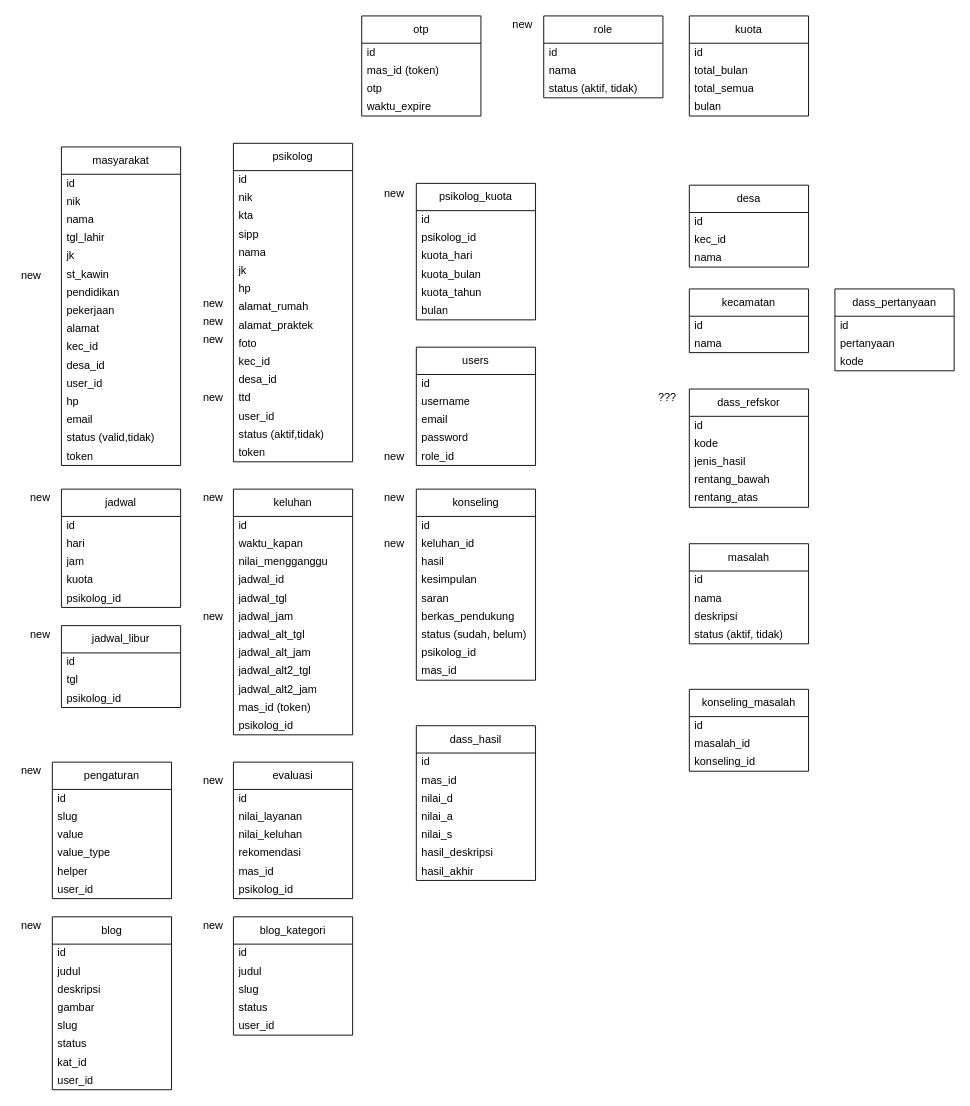
Above: env_designs/erd_whookom.drawio in zeneight/drawio (draw.io), before the change. Source tidied: cells renumbered, new cells numbered last; positions are measured from the earlier drawing's top-left corner, leaving out a move shared by most shapes. Both pictures are drawn from the tidied source at 91%, with x=0, y=0 at pixel (15, 15).
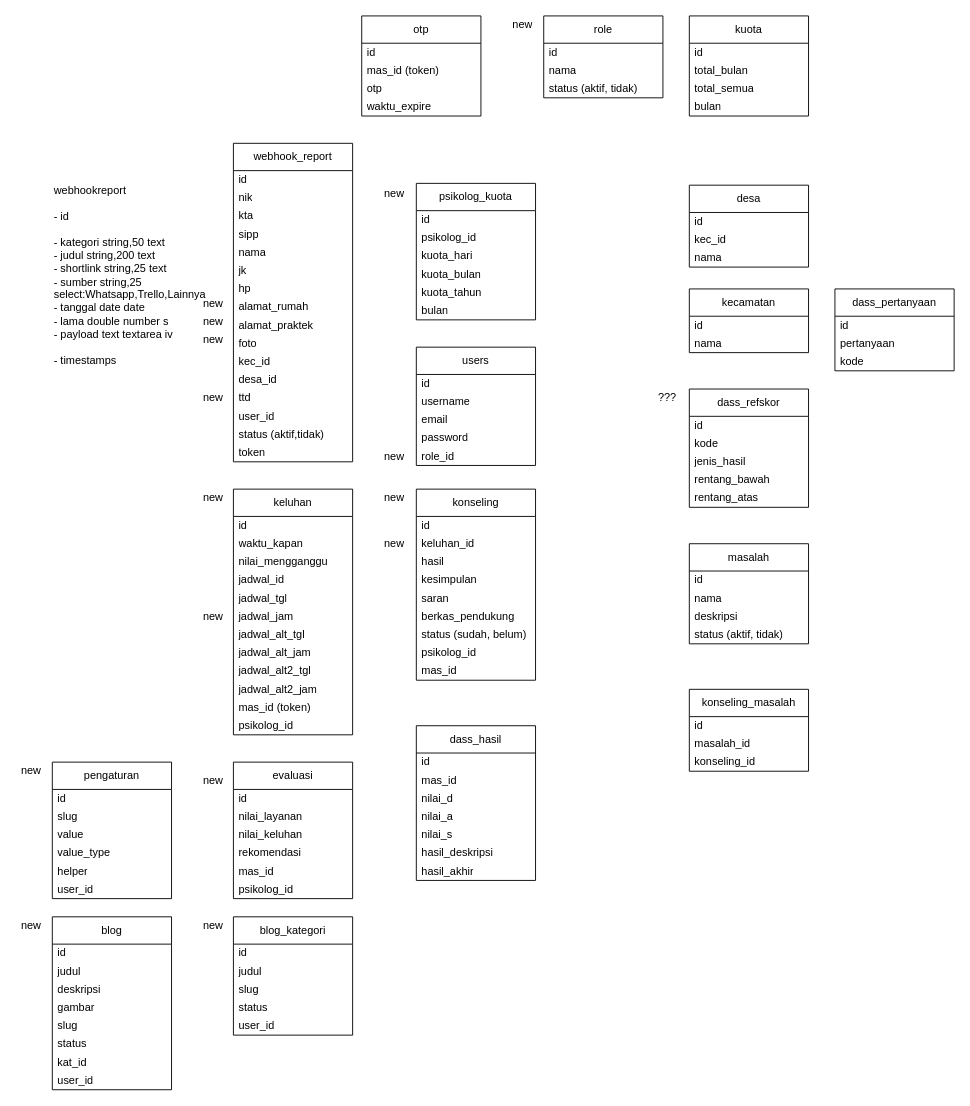
The same page after the edit.

The edit, as a diff of the source:
```diff
@@
-    <mxCell id="2" value="masyarakat" style="swimlane;fontStyle=0;horizontal=1;startSize=30;whiteSpace=wrap;html=1;" parent="1" vertex="1">
-      <mxGeometry x="50" y="144" width="131" height="350" as="geometry" />
-    </mxCell>
-    <mxCell id="3" value="id" style="text;strokeColor=none;fillColor=none;align=left;verticalAlign=middle;spacingLeft=4;spacingRight=4;overflow=hidden;whiteSpace=wrap;html=1;" parent="2" vertex="1">
-      <mxGeometry y="30" width="131" height="20" as="geometry" />
-    </mxCell>
-    <mxCell id="4" value="nik" style="text;strokeColor=none;fillColor=none;align=left;verticalAlign=middle;spacingLeft=4;spacingRight=4;overflow=hidden;whiteSpace=wrap;html=1;" parent="2" vertex="1">
-      <mxGeometry y="50" width="131" height="20" as="geometry" />
-    </mxCell>
-    <mxCell id="5" value="nama" style="text;strokeColor=none;fillColor=none;align=left;verticalAlign=middle;spacingLeft=4;spacingRight=4;overflow=hidden;whiteSpace=wrap;html=1;" parent="2" vertex="1">
-      <mxGeometry y="70" width="131" height="20" as="geometry" />
-    </mxCell>
-    <mxCell id="6" value="tgl_lahir" style="text;strokeColor=none;fillColor=none;align=left;verticalAlign=middle;spacingLeft=4;spacingRight=4;overflow=hidden;whiteSpace=wrap;html=1;" parent="2" vertex="1">
-      <mxGeometry y="90" width="131" height="20" as="geometry" />
-    </mxCell>
-    <mxCell id="7" value="jk" style="text;strokeColor=none;fillColor=none;align=left;verticalAlign=middle;spacingLeft=4;spacingRight=4;overflow=hidden;whiteSpace=wrap;html=1;" parent="2" vertex="1">
-      <mxGeometry y="110" width="131" height="20" as="geometry" />
-    </mxCell>
-    <mxCell id="8" value="st_kawin" style="text;strokeColor=none;fillColor=none;align=left;verticalAlign=middle;spacingLeft=4;spacingRight=4;overflow=hidden;whiteSpace=wrap;html=1;" parent="2" vertex="1">
-      <mxGeometry y="130" width="131" height="20" as="geometry" />
-    </mxCell>
-    <mxCell id="9" value="pendidikan" style="text;strokeColor=none;fillColor=none;align=left;verticalAlign=middle;spacingLeft=4;spacingRight=4;overflow=hidden;whiteSpace=wrap;html=1;" parent="2" vertex="1">
-      <mxGeometry y="150" width="131" height="20" as="geometry" />
-    </mxCell>
-    <mxCell id="10" value="pekerjaan" style="text;strokeColor=none;fillColor=none;align=left;verticalAlign=middle;spacingLeft=4;spacingRight=4;overflow=hidden;whiteSpace=wrap;html=1;" parent="2" vertex="1">
-      <mxGeometry y="170" width="131" height="20" as="geometry" />
-    </mxCell>
-    <mxCell id="11" value="alamat" style="text;strokeColor=none;fillColor=none;align=left;verticalAlign=middle;spacingLeft=4;spacingRight=4;overflow=hidden;whiteSpace=wrap;html=1;" parent="2" vertex="1">
-      <mxGeometry y="190" width="131" height="20" as="geometry" />
-    </mxCell>
-    <mxCell id="12" value="kec_id" style="text;strokeColor=none;fillColor=none;align=left;verticalAlign=middle;spacingLeft=4;spacingRight=4;overflow=hidden;whiteSpace=wrap;html=1;" parent="2" vertex="1">
-      <mxGeometry y="210" width="131" height="20" as="geometry" />
-    </mxCell>
-    <mxCell id="13" value="desa_id" style="text;strokeColor=none;fillColor=none;align=left;verticalAlign=middle;spacingLeft=4;spacingRight=4;overflow=hidden;whiteSpace=wrap;html=1;" parent="2" vertex="1">
-      <mxGeometry y="230" width="131" height="20" as="geometry" />
-    </mxCell>
-    <mxCell id="14" value="user_id" style="text;strokeColor=none;fillColor=none;align=left;verticalAlign=middle;spacingLeft=4;spacingRight=4;overflow=hidden;whiteSpace=wrap;html=1;" parent="2" vertex="1">
-      <mxGeometry y="250" width="131" height="20" as="geometry" />
-    </mxCell>
-    <mxCell id="15" value="hp" style="text;strokeColor=none;fillColor=none;align=left;verticalAlign=middle;spacingLeft=4;spacingRight=4;overflow=hidden;whiteSpace=wrap;html=1;" parent="2" vertex="1">
-      <mxGeometry y="270" width="131" height="20" as="geometry" />
-    </mxCell>
-    <mxCell id="16" value="email" style="text;strokeColor=none;fillColor=none;align=left;verticalAlign=middle;spacingLeft=4;spacingRight=4;overflow=hidden;whiteSpace=wrap;html=1;" parent="2" vertex="1">
-      <mxGeometry y="290" width="131" height="20" as="geometry" />
-    </mxCell>
-    <mxCell id="17" value="status (valid,tidak)" style="text;strokeColor=none;fillColor=none;align=left;verticalAlign=middle;spacingLeft=4;spacingRight=4;overflow=hidden;whiteSpace=wrap;html=1;" parent="2" vertex="1">
-      <mxGeometry y="310" width="131" height="20" as="geometry" />
-    </mxCell>
-    <mxCell id="18" value="token" style="text;strokeColor=none;fillColor=none;align=left;verticalAlign=middle;spacingLeft=4;spacingRight=4;overflow=hidden;whiteSpace=wrap;html=1;" parent="2" vertex="1">
-      <mxGeometry y="330" width="131" height="20" as="geometry" />
-    </mxCell>
-    <mxCell id="19" value="psikolog" style="swimlane;fontStyle=0;horizontal=1;startSize=30;whiteSpace=wrap;html=1;" parent="1" vertex="1">
+    <mxCell id="19" value="webhook_report" style="swimlane;fontStyle=0;horizontal=1;startSize=30;whiteSpace=wrap;html=1;" parent="1" vertex="1">
       <mxGeometry x="239" y="140" width="131" height="350" as="geometry" />
     </mxCell>
@@
-    <mxCell id="42" value="jadwal" style="swimlane;fontStyle=0;horizontal=1;startSize=30;whiteSpace=wrap;html=1;" parent="1" vertex="1">
-      <mxGeometry x="50" y="520" width="131" height="130" as="geometry" />
-    </mxCell>
-    <mxCell id="43" value="id" style="text;strokeColor=none;fillColor=none;align=left;verticalAlign=middle;spacingLeft=4;spacingRight=4;overflow=hidden;whiteSpace=wrap;html=1;" parent="42" vertex="1">
-      <mxGeometry y="30" width="131" height="20" as="geometry" />
-    </mxCell>
-    <mxCell id="44" value="hari" style="text;strokeColor=none;fillColor=none;align=left;verticalAlign=middle;spacingLeft=4;spacingRight=4;overflow=hidden;whiteSpace=wrap;html=1;" parent="42" vertex="1">
-      <mxGeometry y="50" width="131" height="20" as="geometry" />
-    </mxCell>
-    <mxCell id="45" value="jam" style="text;strokeColor=none;fillColor=none;align=left;verticalAlign=middle;spacingLeft=4;spacingRight=4;overflow=hidden;whiteSpace=wrap;html=1;" parent="42" vertex="1">
-      <mxGeometry y="70" width="131" height="20" as="geometry" />
-    </mxCell>
-    <mxCell id="46" value="kuota" style="text;strokeColor=none;fillColor=none;align=left;verticalAlign=middle;spacingLeft=4;spacingRight=4;overflow=hidden;whiteSpace=wrap;html=1;" parent="42" vertex="1">
-      <mxGeometry y="90" width="131" height="20" as="geometry" />
-    </mxCell>
-    <mxCell id="47" value="psikolog_id" style="text;strokeColor=none;fillColor=none;align=left;verticalAlign=middle;spacingLeft=4;spacingRight=4;overflow=hidden;whiteSpace=wrap;html=1;" parent="42" vertex="1">
-      <mxGeometry y="110" width="131" height="20" as="geometry" />
-    </mxCell>
@@
-    <mxCell id="108" value="new" style="text;strokeColor=none;fillColor=none;align=left;verticalAlign=middle;spacingLeft=4;spacingRight=4;overflow=hidden;whiteSpace=wrap;html=1;" parent="1" vertex="1">
-      <mxGeometry y="276" width="50" height="20" as="geometry" />
-    </mxCell>
@@
-    <mxCell id="110" value="new" style="text;strokeColor=none;fillColor=none;align=left;verticalAlign=middle;spacingLeft=4;spacingRight=4;overflow=hidden;whiteSpace=wrap;html=1;" parent="1" vertex="1">
-      <mxGeometry x="10" y="520" width="50" height="20" as="geometry" />
-    </mxCell>
@@
-    <mxCell id="173" value="jadwal_libur" style="swimlane;fontStyle=0;horizontal=1;startSize=30;whiteSpace=wrap;html=1;" parent="1" vertex="1">
-      <mxGeometry x="50" y="670" width="131" height="90" as="geometry" />
-    </mxCell>
-    <mxCell id="174" value="id" style="text;strokeColor=none;fillColor=none;align=left;verticalAlign=middle;spacingLeft=4;spacingRight=4;overflow=hidden;whiteSpace=wrap;html=1;" parent="173" vertex="1">
-      <mxGeometry y="30" width="131" height="20" as="geometry" />
-    </mxCell>
-    <mxCell id="175" value="tgl" style="text;strokeColor=none;fillColor=none;align=left;verticalAlign=middle;spacingLeft=4;spacingRight=4;overflow=hidden;whiteSpace=wrap;html=1;" parent="173" vertex="1">
-      <mxGeometry y="50" width="131" height="20" as="geometry" />
-    </mxCell>
-    <mxCell id="176" value="psikolog_id" style="text;strokeColor=none;fillColor=none;align=left;verticalAlign=middle;spacingLeft=4;spacingRight=4;overflow=hidden;whiteSpace=wrap;html=1;" parent="173" vertex="1">
-      <mxGeometry y="70" width="131" height="20" as="geometry" />
-    </mxCell>
-    <mxCell id="177" value="new" style="text;strokeColor=none;fillColor=none;align=left;verticalAlign=middle;spacingLeft=4;spacingRight=4;overflow=hidden;whiteSpace=wrap;html=1;" parent="1" vertex="1">
-      <mxGeometry x="10" y="670" width="50" height="20" as="geometry" />
-    </mxCell>
+    <mxCell id="178" value="&lt;div align=&quot;left&quot;&gt;webhookreport&lt;br&gt;&lt;br&gt;- id&lt;br&gt;&lt;br&gt;- kategori string,50 text&lt;br&gt;- judul string,200 text&lt;br&gt;- shortlink string,25 text&lt;br&gt;- sumber string,25 select:Whatsapp,Trello,Lainnya&lt;br&gt;- tanggal date date&lt;br&gt;- lama double number s&lt;br&gt;- payload text textarea iv&lt;br&gt;&lt;br&gt;- timestamps&lt;/div&gt;" style="text;html=1;align=left;verticalAlign=middle;whiteSpace=wrap;rounded=0;" parent="1" vertex="1">
+      <mxGeometry x="40" y="170" width="180" height="230" as="geometry" />
+    </mxCell>
```
